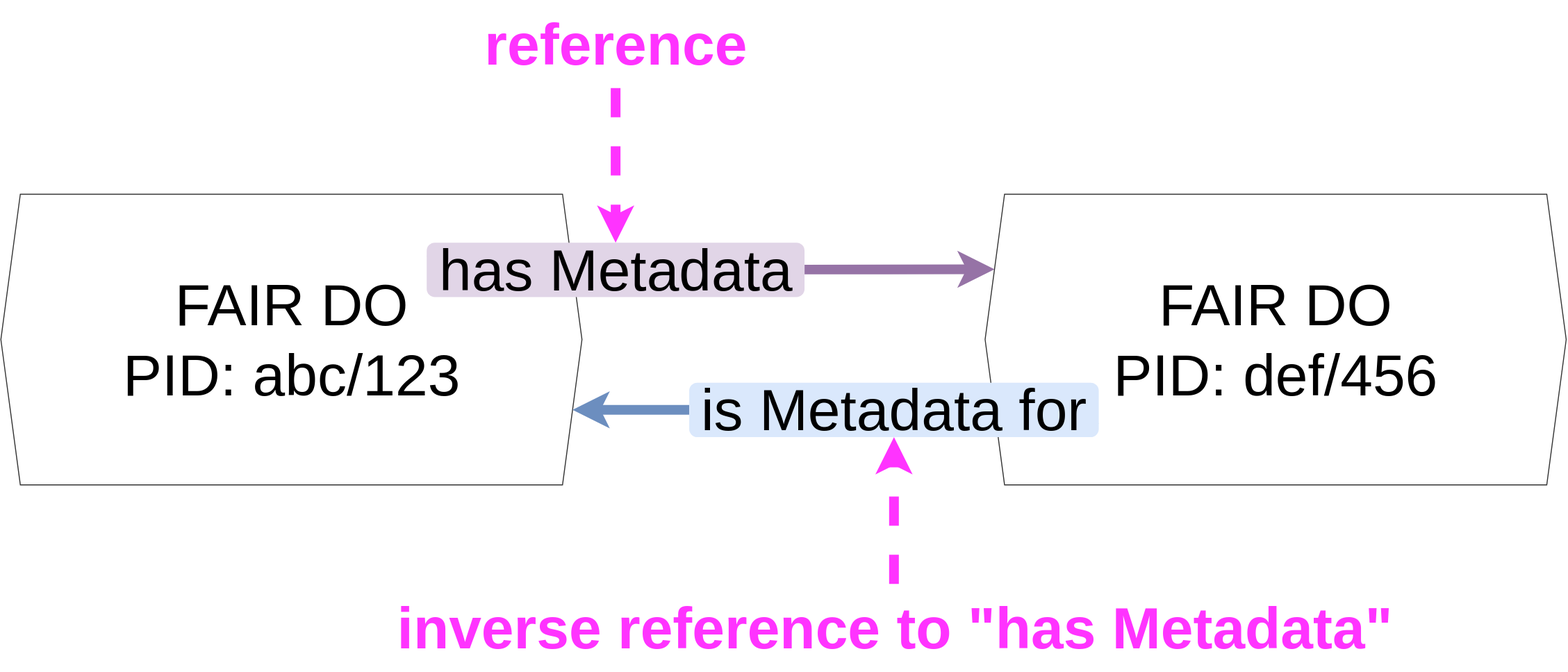
The draw.io diagram content/img/connecting-fair-dos/term-reference-inverse.drawio.svg in kit-data-manager/fair-do-designer, before a commit. Source tidied: cells renumbered, new cells last; positions are measured from the earlier drawing's top-left corner, leaving out a move shared by most shapes. The source it was exported from:
```xml
<mxGraphModel>
  <root>
    <mxCell id="0" />
    <mxCell id="1" parent="0" />
    <mxCell id="2" style="edgeStyle=none;html=1;entryX=0;entryY=0.25;entryDx=0;entryDy=0;fillColor=#e1d5e7;strokeColor=#9673a6;strokeWidth=10;" parent="1" edge="1" source="7" target="5">
      <mxGeometry relative="1" as="geometry" />
    </mxCell>
    <mxCell id="3" value="FAIR DO&lt;br&gt;PID: abc/123" style="shape=hexagon;perimeter=hexagonPerimeter2;whiteSpace=wrap;html=1;fixedSize=1;size=19.999999999999773;fontSize=60;opacity=80;" parent="1" vertex="1">
      <mxGeometry y="199.2" width="597.7" height="298.9" as="geometry" />
    </mxCell>
    <mxCell id="4" style="edgeStyle=none;html=1;entryX=1;entryY=0.75;entryDx=0;entryDy=0;fillColor=#dae8fc;strokeColor=#6c8ebf;strokeWidth=10;" parent="1" edge="1" source="9" target="3">
      <mxGeometry relative="1" as="geometry" />
    </mxCell>
    <mxCell id="5" value="FAIR DO&lt;br&gt;PID: def/456" style="shape=hexagon;perimeter=hexagonPerimeter2;whiteSpace=wrap;html=1;fixedSize=1;size=19.999999999999773;fontSize=60;opacity=80;" parent="1" vertex="1">
      <mxGeometry x="1012.4" y="199.2" width="597.7" height="298.9" as="geometry" />
    </mxCell>
    <mxCell id="6" style="edgeStyle=none;html=1;entryX=0;entryY=0.25;entryDx=0;entryDy=0;exitX=1;exitY=0.25;exitDx=0;exitDy=0;fillColor=#e1d5e7;strokeColor=#9673a6;" parent="1" edge="1" source="3" target="7">
      <mxGeometry relative="1" as="geometry" />
    </mxCell>
    <mxCell id="7" value="has Metadata" style="rounded=1;whiteSpace=wrap;html=1;dashed=1;fillColor=#e1d5e7;strokeColor=none;fontSize=60;strokeWidth=5;" parent="1" vertex="1">
      <mxGeometry x="438" y="249" width="388.6" height="56" as="geometry" />
    </mxCell>
    <mxCell id="8" style="edgeStyle=none;html=1;exitX=0;exitY=0.75;exitDx=0;exitDy=0;entryX=1;entryY=0.75;entryDx=0;entryDy=0;fillColor=#dae8fc;strokeColor=#6c8ebf;" parent="1" edge="1" source="5" target="9">
      <mxGeometry relative="1" as="geometry" />
    </mxCell>
    <mxCell id="9" value="is Metadata for" style="rounded=1;whiteSpace=wrap;html=1;dashed=1;fillColor=#dae8fc;strokeColor=none;fontSize=60;strokeWidth=5;" parent="1" vertex="1">
      <mxGeometry x="708" y="393" width="421.2" height="56" as="geometry" />
    </mxCell>
    <mxCell id="10" style="edgeStyle=none;html=1;fillColor=#f8cecc;strokeColor=#FF33FF;strokeWidth=10;dashed=1;" parent="1" edge="1" source="11" target="7">
      <mxGeometry relative="1" as="geometry" />
    </mxCell>
    <mxCell id="11" value="reference" style="text;html=1;align=center;verticalAlign=middle;points=[];strokeColor=none;fillColor=none;fontStyle=1;fontColor=#FF33FF;fontSize=60;" parent="1" vertex="1">
      <mxGeometry x="492.3" width="280" height="90" as="geometry" />
    </mxCell>
    <mxCell id="12" style="edgeStyle=none;html=1;fillColor=#f8cecc;strokeColor=#FF33FF;strokeWidth=10;dashed=1;" parent="1" edge="1" source="13" target="9">
      <mxGeometry relative="1" as="geometry" />
    </mxCell>
    <mxCell id="13" value="inverse reference to &quot;has Metadata&quot;" style="text;html=1;align=center;verticalAlign=middle;points=[];strokeColor=none;fillColor=none;fontStyle=1;fontColor=#FF33FF;fontSize=60;" parent="1" vertex="1">
      <mxGeometry x="428.6" y="600" width="980" height="90" as="geometry" />
    </mxCell>
  </root>
</mxGraphModel>
```
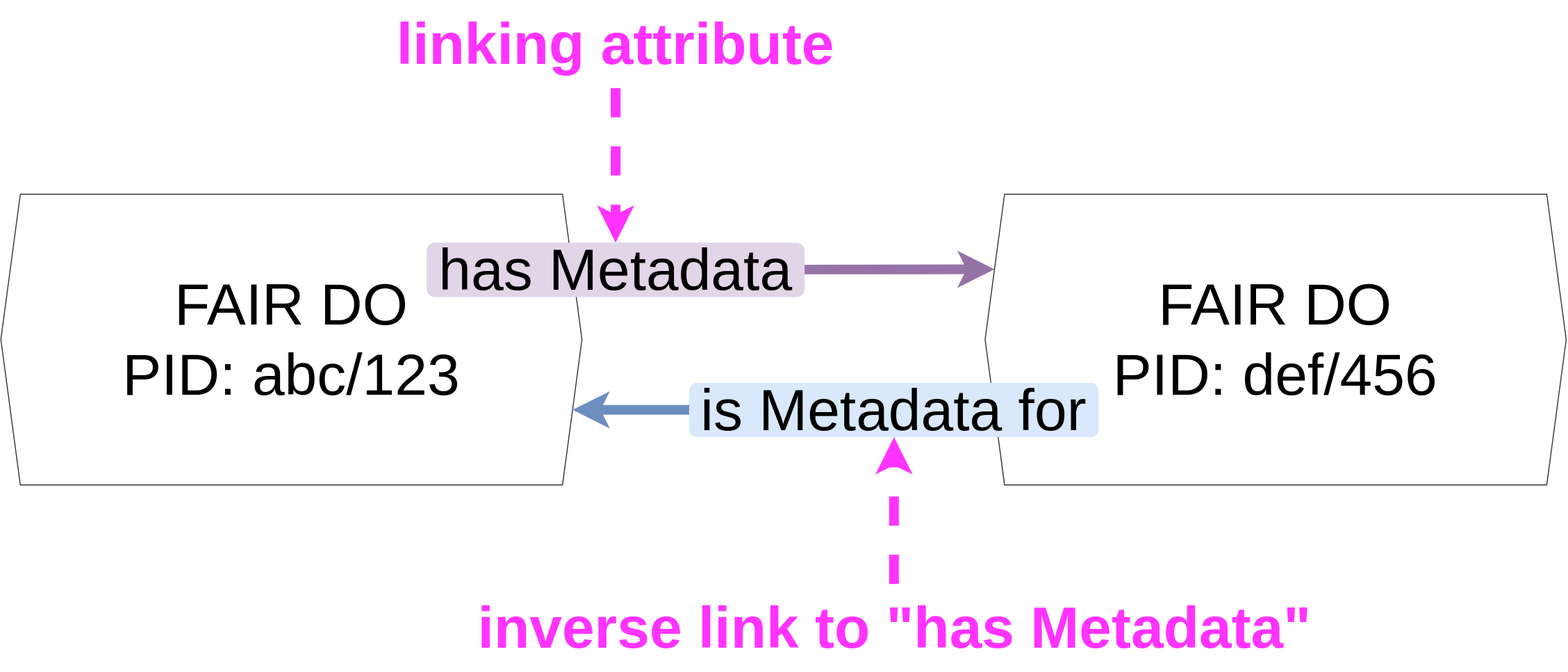
Above is the later version.

Commit message:
docs: extend linking PIDs page to be an example-driven guide

Diff of the diagram source:
```diff
@@ -29,14 +29,14 @@
     <mxCell id="10" style="edgeStyle=none;html=1;fillColor=#f8cecc;strokeColor=#FF33FF;strokeWidth=10;dashed=1;" parent="1" edge="1" source="11" target="7">
       <mxGeometry relative="1" as="geometry" />
     </mxCell>
-    <mxCell id="11" value="reference" style="text;html=1;align=center;verticalAlign=middle;points=[];strokeColor=none;fillColor=none;fontStyle=1;fontColor=#FF33FF;fontSize=60;" parent="1" vertex="1">
-      <mxGeometry x="492.3" width="280" height="90" as="geometry" />
+    <mxCell id="11" value="linking attribute" style="text;html=1;align=center;verticalAlign=middle;points=[];strokeColor=none;fillColor=none;fontStyle=1;fontColor=#FF33FF;fontSize=60;" parent="1" vertex="1">
+      <mxGeometry x="417.3" width="430" height="90" as="geometry" />
     </mxCell>
     <mxCell id="12" style="edgeStyle=none;html=1;fillColor=#f8cecc;strokeColor=#FF33FF;strokeWidth=10;dashed=1;" parent="1" edge="1" source="13" target="9">
       <mxGeometry relative="1" as="geometry" />
     </mxCell>
-    <mxCell id="13" value="inverse reference to &quot;has Metadata&quot;" style="text;html=1;align=center;verticalAlign=middle;points=[];strokeColor=none;fillColor=none;fontStyle=1;fontColor=#FF33FF;fontSize=60;" parent="1" vertex="1">
-      <mxGeometry x="428.6" y="600" width="980" height="90" as="geometry" />
+    <mxCell id="13" value="inverse link to &quot;has Metadata&quot;" style="text;html=1;align=center;verticalAlign=middle;points=[];strokeColor=none;fillColor=none;fontStyle=1;fontColor=#FF33FF;fontSize=60;" parent="1" vertex="1">
+      <mxGeometry x="513.6" y="600" width="810" height="90" as="geometry" />
     </mxCell>
   </root>
 </mxGraphModel>
```
